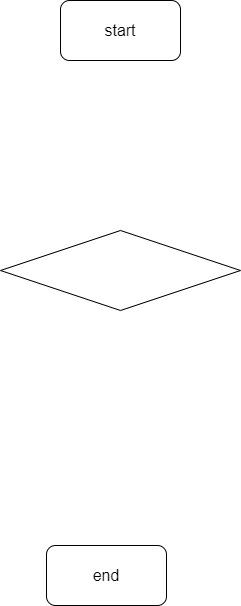
MNXACb/introduction-to-programming keeps this draw.io diagram as ex000.drawio.png. Above is the earlier version. Source tidied: cells renumbered, new cells last; positions are measured from the earlier drawing's top-left corner, leaving out a move shared by most shapes. Source of this version:
```xml
<mxGraphModel>
  <root>
    <mxCell id="0" />
    <mxCell id="1" parent="0" />
    <mxCell id="2" value="start" style="rounded=1;whiteSpace=wrap;html=1;fontSize=16;" parent="1" vertex="1">
      <mxGeometry x="60" width="120" height="60" as="geometry" />
    </mxCell>
    <mxCell id="3" value="end" style="rounded=1;whiteSpace=wrap;html=1;fontSize=16;" parent="1" vertex="1">
      <mxGeometry x="46" y="545" width="120" height="60" as="geometry" />
    </mxCell>
    <mxCell id="4" style="rhombus;whiteSpace=wrap;html=1;fontSize=16;" parent="1" vertex="1">
      <mxGeometry y="230" width="240" height="80" as="geometry" />
    </mxCell>
  </root>
</mxGraphModel>
```
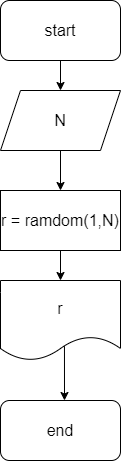
After the commit.

Diff of the diagram source:
```diff
@@ -2,14 +2,34 @@
   <root>
     <mxCell id="0" />
     <mxCell id="1" parent="0" />
+    <mxCell id="5" style="edgeStyle=none;html=1;exitX=0.5;exitY=1;exitDx=0;exitDy=0;entryX=0.5;entryY=0;entryDx=0;entryDy=0;strokeWidth=1;fontSize=16;" parent="1" edge="1" source="2" target="7">
+      <mxGeometry relative="1" as="geometry" />
+    </mxCell>
-    <mxCell id="2" value="start" style="rounded=1;whiteSpace=wrap;html=1;fontSize=16;" parent="1" vertex="1">
+    <mxCell id="2" value="start" style="rounded=1;whiteSpace=wrap;html=1;fontSize=16;strokeWidth=1;" parent="1" vertex="1">
       <mxGeometry x="60" width="120" height="60" as="geometry" />
     </mxCell>
+    <mxCell id="6" style="edgeStyle=none;html=1;exitX=0.5;exitY=1;exitDx=0;exitDy=0;entryX=0.5;entryY=0;entryDx=0;entryDy=0;strokeWidth=1;fontSize=16;" parent="1" edge="1" source="7" target="9">
+      <mxGeometry relative="1" as="geometry" />
+    </mxCell>
+    <mxCell id="7" value="N" style="shape=parallelogram;perimeter=parallelogramPerimeter;whiteSpace=wrap;html=1;fixedSize=1;strokeWidth=1;fontSize=16;" parent="1" vertex="1">
+      <mxGeometry x="60" y="90" width="120" height="60" as="geometry" />
+    </mxCell>
+    <mxCell id="8" style="edgeStyle=none;html=1;exitX=0.5;exitY=1;exitDx=0;exitDy=0;entryX=0.5;entryY=0;entryDx=0;entryDy=0;fontSize=16;strokeWidth=1;" parent="1" edge="1" source="9" target="11">
+      <mxGeometry relative="1" as="geometry" />
+    </mxCell>
+    <mxCell id="9" value="r = ramdom(1,N)" style="rounded=0;whiteSpace=wrap;html=1;strokeWidth=1;fontSize=16;" parent="1" vertex="1">
+      <mxGeometry x="60" y="190" width="120" height="60" as="geometry" />
+    </mxCell>
-    <mxCell id="3" value="end" style="rounded=1;whiteSpace=wrap;html=1;fontSize=16;" parent="1" vertex="1">
-      <mxGeometry x="46" y="545" width="120" height="60" as="geometry" />
+    <mxCell id="3" value="end" style="rounded=1;whiteSpace=wrap;html=1;fontSize=16;strokeWidth=1;" parent="1" vertex="1">
+      <mxGeometry x="60" y="400" width="120" height="60" as="geometry" />
     </mxCell>
-    <mxCell id="4" style="rhombus;whiteSpace=wrap;html=1;fontSize=16;" parent="1" vertex="1">
-      <mxGeometry y="230" width="240" height="80" as="geometry" />
-    </mxCell>
+    <mxCell id="10" style="edgeStyle=none;html=1;exitX=0.533;exitY=0.8;exitDx=0;exitDy=0;fontSize=16;strokeWidth=1;exitPerimeter=0;" parent="1" edge="1" source="11">
+      <mxGeometry relative="1" as="geometry">
+        <mxPoint x="124" y="400" as="targetPoint" />
+      </mxGeometry>
+    </mxCell>
+    <mxCell id="11" value="r" style="shape=document;whiteSpace=wrap;html=1;boundedLbl=1;fontSize=16;strokeWidth=1;" parent="1" vertex="1">
+      <mxGeometry x="60" y="280" width="120" height="80" as="geometry" />
+    </mxCell>
   </root>
 </mxGraphModel>
```
